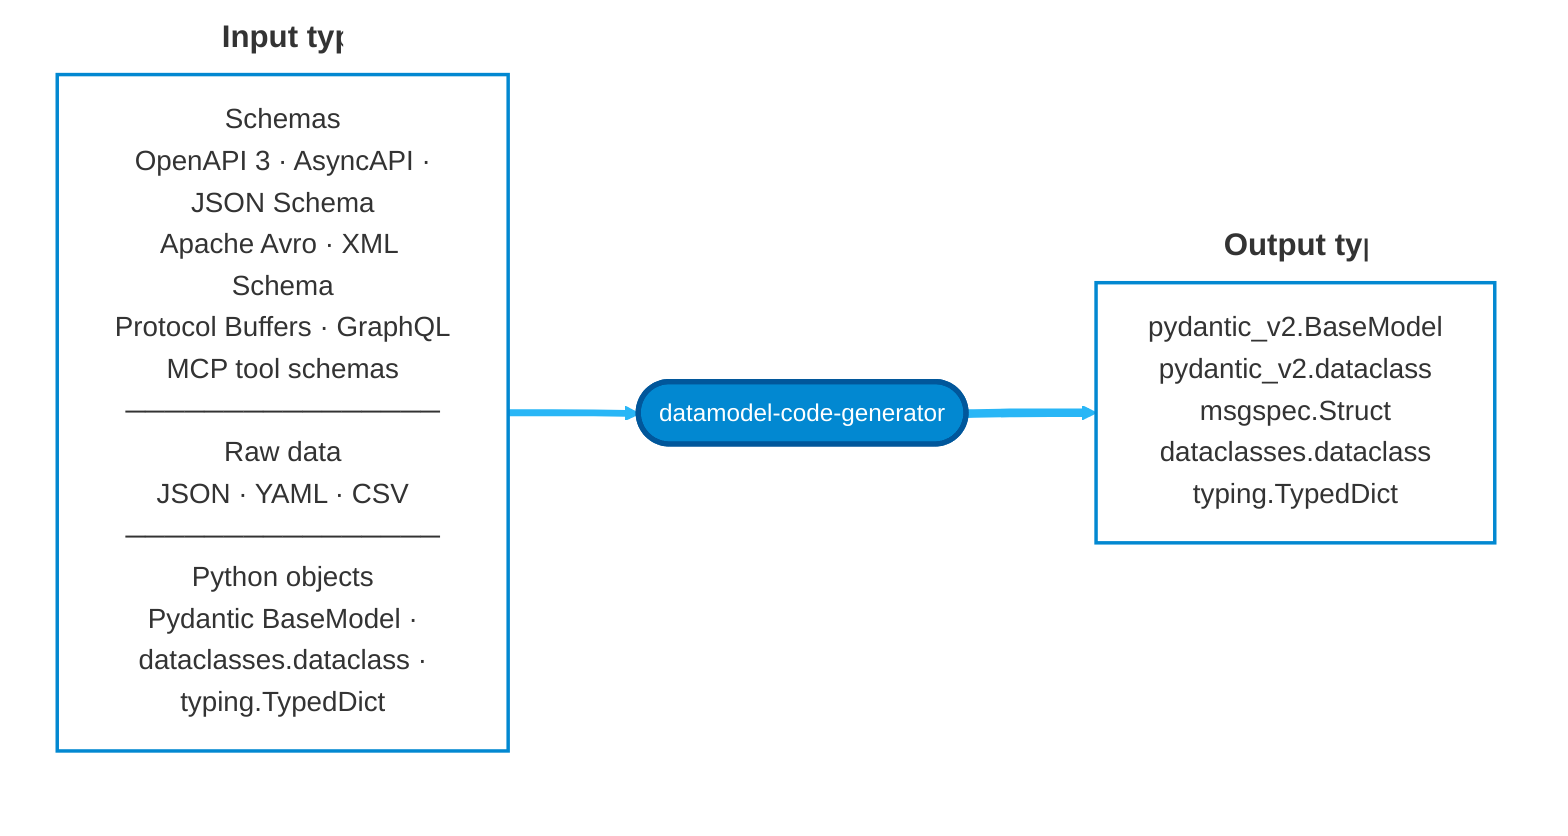
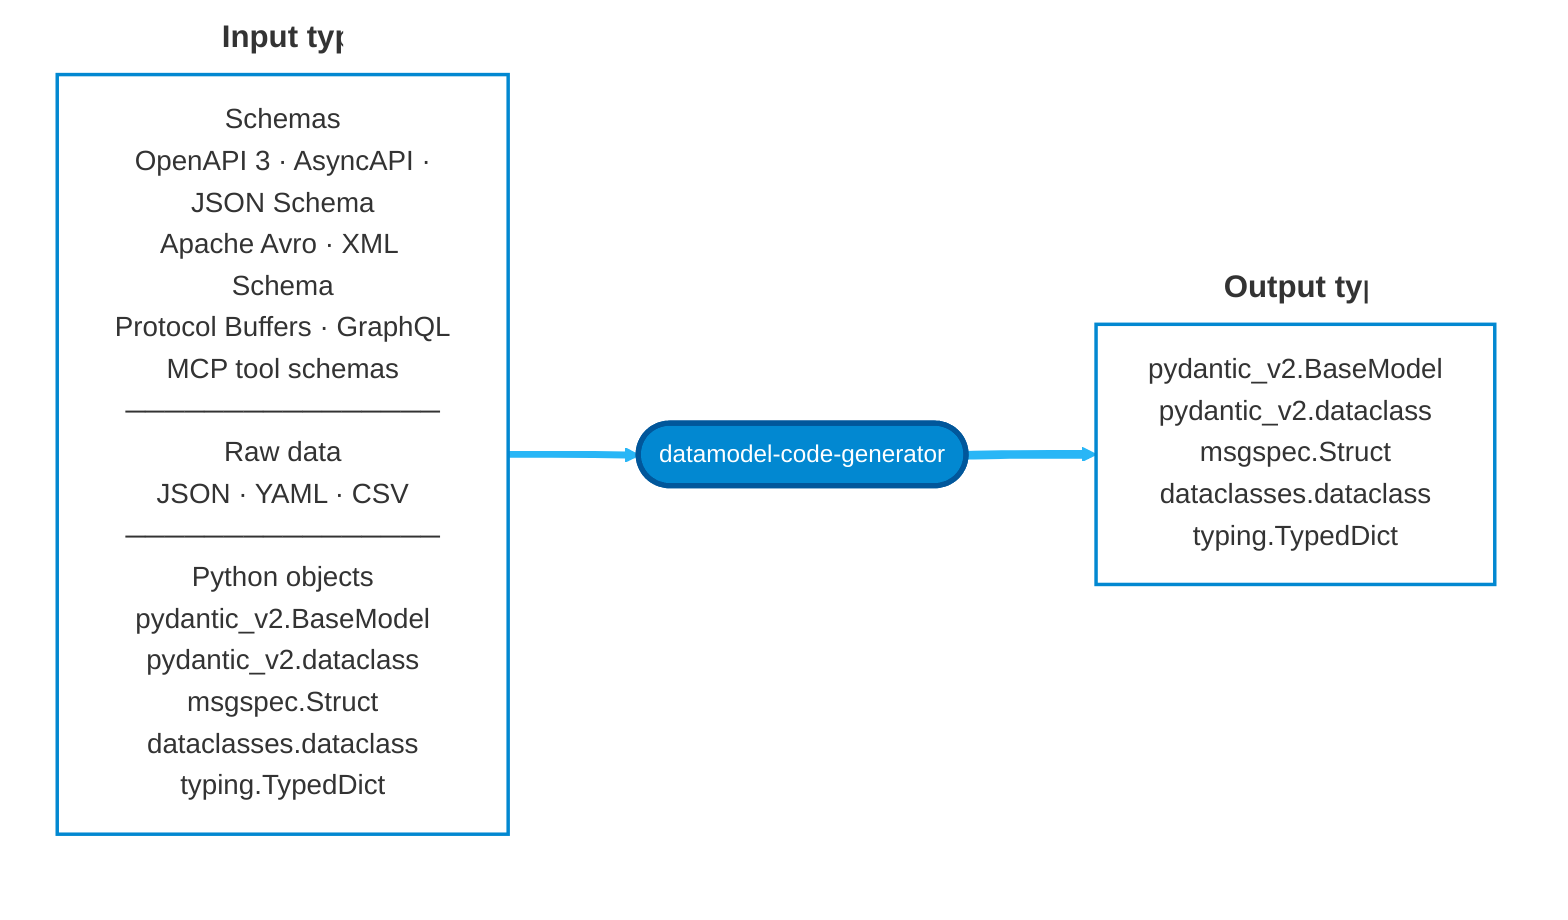
flowchart LR
    subgraph LEFT["Input type"]
-         INPUT["Schemas<br/>OpenAPI 3 · AsyncAPI ·<br/>JSON Schema<br/>Apache Avro · XML Schema<br/>Protocol Buffers · GraphQL<br/>MCP tool schemas<br/>────────────────<br/>Raw data<br/>JSON · YAML · CSV<br/>────────────────<br/>Python objects<br/>Pydantic BaseModel ·<br/>dataclasses.dataclass ·<br/>typing.TypedDict"]
+         INPUT["Schemas<br/>OpenAPI 3 · AsyncAPI ·<br/>JSON Schema<br/>Apache Avro · XML Schema<br/>Protocol Buffers · GraphQL<br/>MCP tool schemas<br/>────────────────<br/>Raw data<br/>JSON · YAML · CSV<br/>────────────────<br/>Python objects<br/>pydantic_v2.BaseModel<br/>pydantic_v2.dataclass<br/>msgspec.Struct<br/>dataclasses.dataclass<br/>typing.TypedDict"]
    end

    CONVERTER(["datamodel-code-generator"])

    subgraph RIGHT["Output type"]
        OUTPUT["pydantic_v2.BaseModel<br/>pydantic_v2.dataclass<br/>msgspec.Struct<br/>dataclasses.dataclass<br/>typing.TypedDict"]
    end

    INPUT --> CONVERTER
    CONVERTER --> OUTPUT

    classDef input fill:transparent,stroke:#0288d1,stroke-width:2px,font-size:16px
    classDef output fill:transparent,stroke:#0288d1,stroke-width:2px,font-size:16px
    classDef hub fill:#0288d1,stroke:#01579b,stroke-width:3px,color:#ffffff,font-size:14px

    class INPUT input
    class OUTPUT output
    class CONVERTER hub

    style LEFT fill:transparent,stroke:transparent,font-size:18px,font-weight:bold
    style RIGHT fill:transparent,stroke:transparent,font-size:18px,font-weight:bold

    linkStyle 0 stroke:#29b6f6,stroke-width:4px
    linkStyle 1 stroke:#29b6f6,stroke-width:5px
